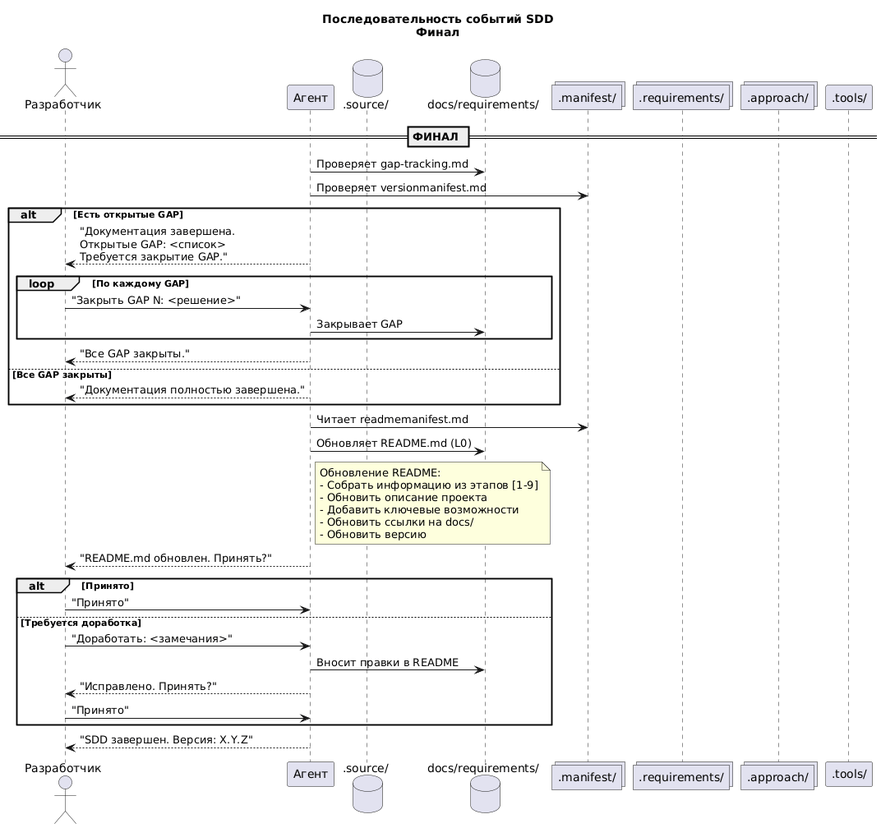
Earlier version of the PlantUML export .diagrams/SDD-Sequence-16.png (Druk83/sdd-template).
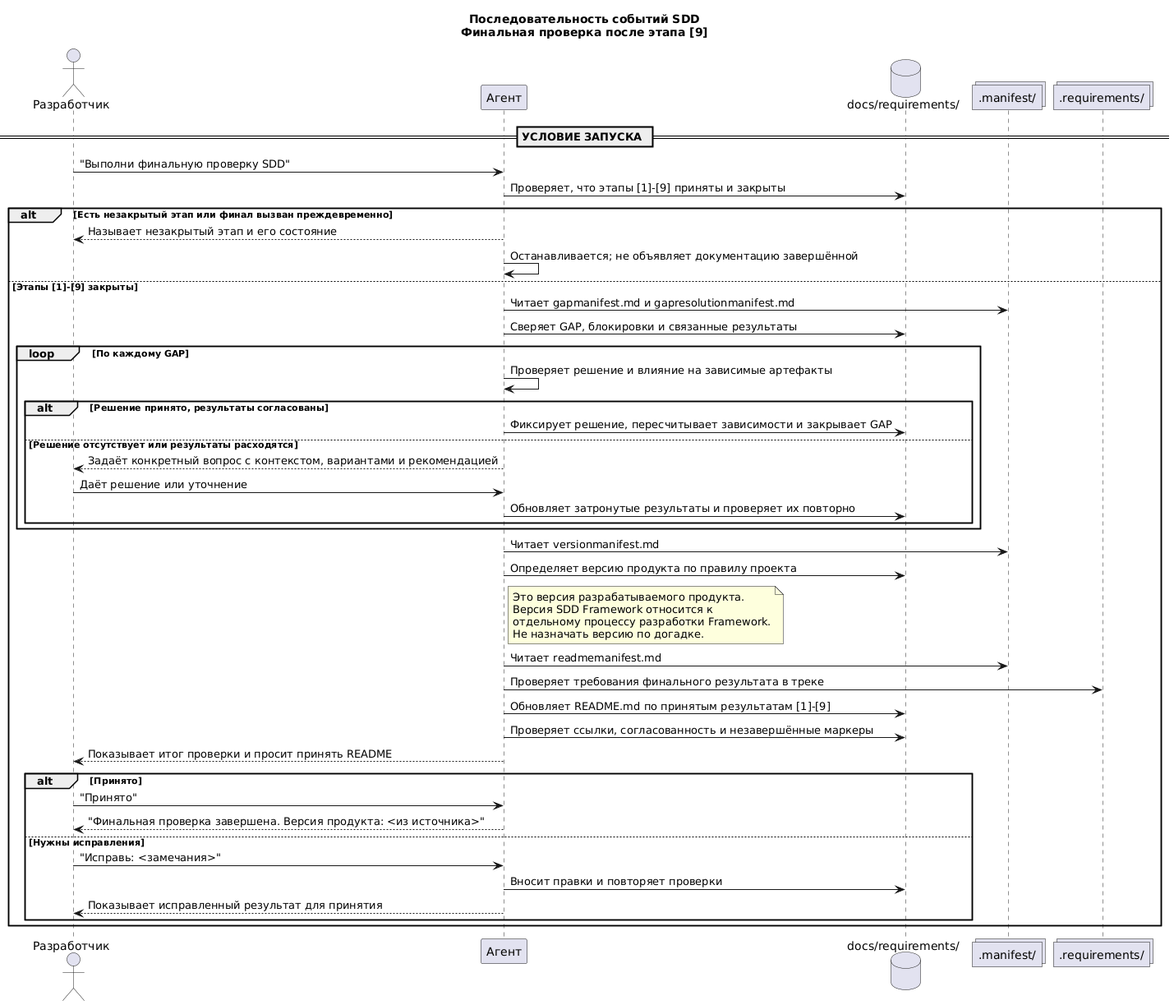
After the commit.

What changed in the source:
```diff
@@ -1,53 +1,55 @@
 @startuml SDD-Sequence-16-Final
-    title Последовательность событий SDD\nФинал
+    title Последовательность событий SDD\nФинальная проверка после этапа [9]
 
     actor "Разработчик" as Dev
     participant "Агент" as Agent
-    database ".source/" as Source
     database "docs/requirements/" as Docs
     collections ".manifest/" as Manifest
     collections ".requirements/" as Templates
-    collections ".approach/" as Approach
-    participant ".tools/" as Tools
 
-    == ФИНАЛ ==
+    == УСЛОВИЕ ЗАПУСКА ==
 
-    Agent -> Docs: Проверяет gap-tracking.md
-    Agent -> Manifest: Проверяет versionmanifest.md
+    Dev -> Agent: "Выполни финальную проверку SDD"
+    Agent -> Docs: Проверяет, что этапы [1]-[9] приняты и закрыты
+    alt Есть незакрытый этап или финал вызван преждевременно
+        Agent --> Dev: Называет незакрытый этап и его состояние
+        Agent -> Agent: Останавливается; не объявляет документацию завершённой
+    else Этапы [1]-[9] закрыты
+        Agent -> Manifest: Читает gapmanifest.md и gapresolutionmanifest.md
+        Agent -> Docs: Сверяет GAP, блокировки и связанные результаты
+        loop По каждому GAP
+            Agent -> Agent: Проверяет решение и влияние на зависимые артефакты
+            alt Решение принято, результаты согласованы
+                Agent -> Docs: Фиксирует решение, пересчитывает зависимости и закрывает GAP
+            else Решение отсутствует или результаты расходятся
+                Agent --> Dev: Задаёт конкретный вопрос с контекстом, вариантами и рекомендацией
+                Dev -> Agent: Даёт решение или уточнение
+                Agent -> Docs: Обновляет затронутые результаты и проверяет их повторно
+            end
+        end
 
-    alt Есть открытые GAP
-        Agent --> Dev: "Документация завершена.\nОткрытые GAP: <список>\nТребуется закрытие GAP."
-        loop По каждому GAP
-            Dev -> Agent: "Закрыть GAP N: <решение>"
-            Agent -> Docs: Закрывает GAP
+        Agent -> Manifest: Читает versionmanifest.md
+        Agent -> Docs: Определяет версию продукта по правилу проекта
+        note right of Agent
+        Это версия разрабатываемого продукта.
+        Версия SDD Framework относится к
+        отдельному процессу разработки Framework.
+        Не назначать версию по догадке.
+        end note
+
+        Agent -> Manifest: Читает readmemanifest.md
+        Agent -> Templates: Проверяет требования финального результата в треке
+        Agent -> Docs: Обновляет README.md по принятым результатам [1]-[9]
+        Agent -> Docs: Проверяет ссылки, согласованность и незавершённые маркеры
+        Agent --> Dev: Показывает итог проверки и просит принять README
+        alt Принято
+            Dev -> Agent: "Принято"
+            Agent --> Dev: "Финальная проверка завершена. Версия продукта: <из источника>"
+        else Нужны исправления
+            Dev -> Agent: "Исправь: <замечания>"
+            Agent -> Docs: Вносит правки и повторяет проверки
+            Agent --> Dev: Показывает исправленный результат для принятия
         end
-        Agent --> Dev: "Все GAP закрыты."
-    else Все GAP закрыты
-        Agent --> Dev: "Документация полностью завершена."
     end
 
-    Agent -> Manifest: Читает readmemanifest.md
-    Agent -> Docs: Обновляет README.md (L0)
-    note right of Agent
-    Обновление README:
-    - Собрать информацию из этапов [1-9]
-    - Обновить описание проекта
-    - Добавить ключевые возможности
-    - Обновить ссылки на docs/
-    - Обновить версию
-    end note
-    Agent --> Dev: "README.md обновлен. Принять?"
-    alt Принято
-        Dev -> Agent: "Принято"
-    else Требуется доработка
-        Dev -> Agent: "Доработать: <замечания>"
-        Agent -> Docs: Вносит правки в README
-        Agent --> Dev: "Исправлено. Принять?"
-        Dev -> Agent: "Принято"
-    end
-
-    Agent --> Dev: "SDD завершен. Версия: X.Y.Z"
-
-    deactivate Agent
-
 @enduml
```
